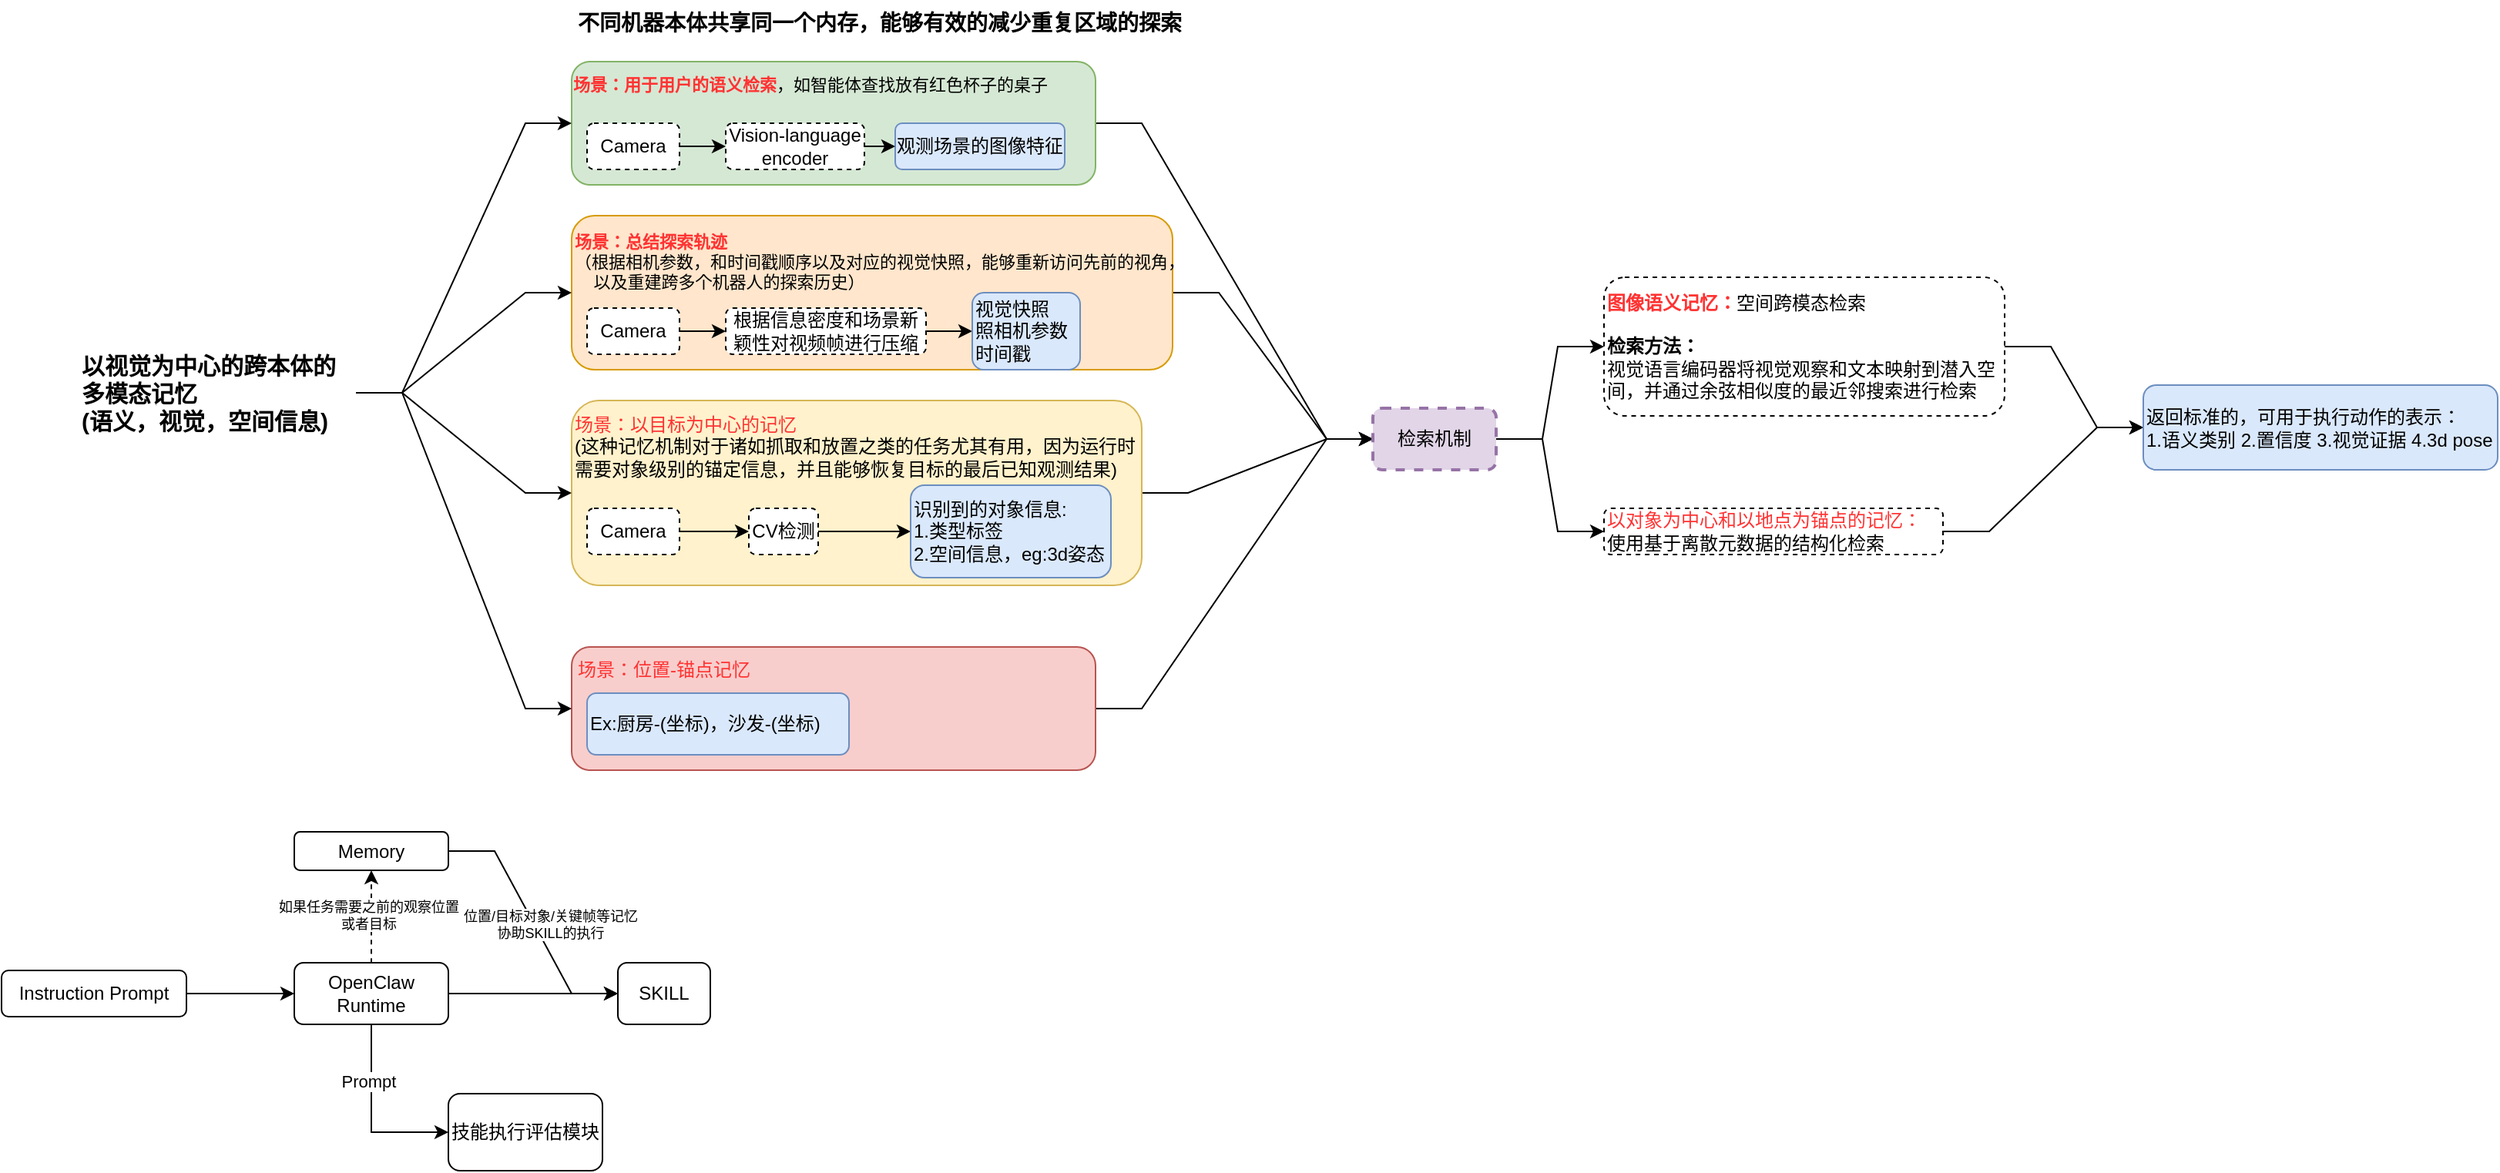
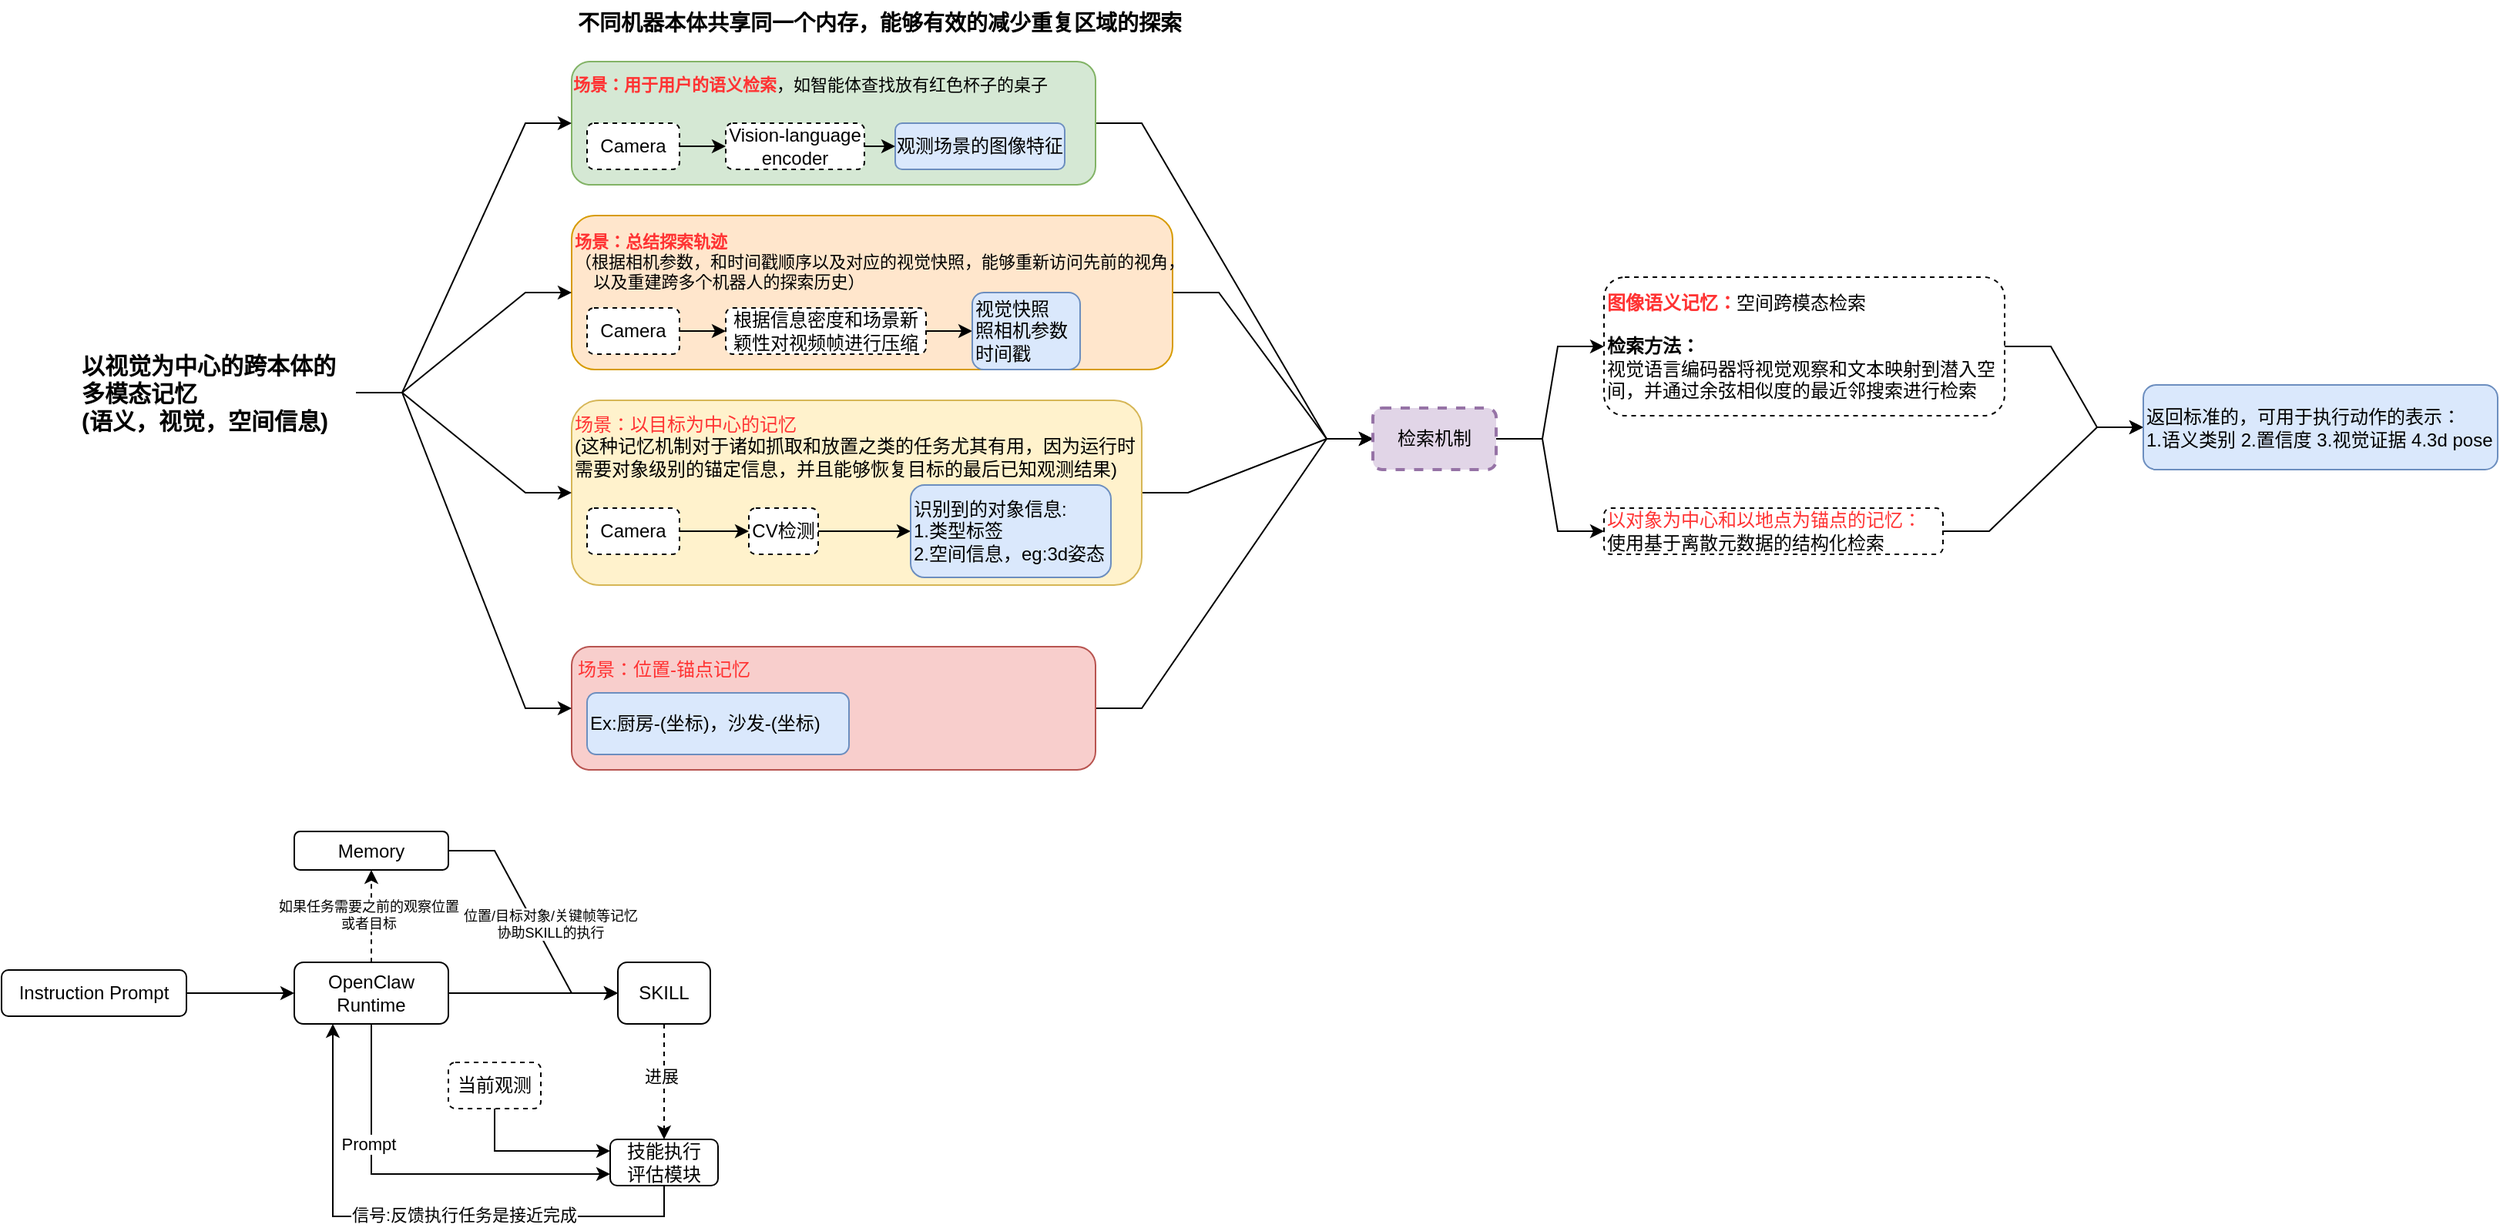
<mxfile host="app.diagrams.net">
  <diagram name="ABot-Claw" id="ri1UiOSOw__C7K71Jf-3">
-     <mxGraphModel dx="725" dy="393" grid="1" gridSize="10" guides="1" tooltips="1" connect="1" arrows="1" fold="1" page="1" pageScale="1" pageWidth="3300" pageHeight="2339" math="0" shadow="0">
+     <mxGraphModel dx="566" dy="306" grid="1" gridSize="10" guides="1" tooltips="1" connect="1" arrows="1" fold="1" page="1" pageScale="1" pageWidth="3300" pageHeight="2339" math="0" shadow="0">
      <root>
        <mxCell id="0" />
        <mxCell id="1" parent="0" />
        <mxCell id="8uAygAgR7DF40HWwl34I-37" edge="1" parent="1" source="8uAygAgR7DF40HWwl34I-28" style="edgeStyle=entityRelationEdgeStyle;rounded=0;orthogonalLoop=1;jettySize=auto;html=1;exitX=1;exitY=0.5;exitDx=0;exitDy=0;" target="8uAygAgR7DF40HWwl34I-33">
          <mxGeometry relative="1" as="geometry" />
        </mxCell>
        <mxCell id="8uAygAgR7DF40HWwl34I-28" parent="1" style="rounded=1;whiteSpace=wrap;html=1;fillColor=#f8cecc;strokeColor=#b85450;" value="" vertex="1">
          <mxGeometry height="80" width="340" x="480" y="470" as="geometry" />
        </mxCell>
        <mxCell id="8uAygAgR7DF40HWwl34I-36" edge="1" parent="1" source="8uAygAgR7DF40HWwl34I-24" style="edgeStyle=entityRelationEdgeStyle;rounded=0;orthogonalLoop=1;jettySize=auto;html=1;exitX=1;exitY=0.5;exitDx=0;exitDy=0;entryX=0;entryY=0.5;entryDx=0;entryDy=0;" target="8uAygAgR7DF40HWwl34I-33">
          <mxGeometry relative="1" as="geometry">
            <mxPoint x="1020" y="320" as="targetPoint" />
          </mxGeometry>
        </mxCell>
        <mxCell id="8uAygAgR7DF40HWwl34I-24" parent="1" style="rounded=1;whiteSpace=wrap;html=1;fillColor=#fff2cc;strokeColor=#d6b656;" value="" vertex="1">
          <mxGeometry height="120" width="370" x="480" y="310" as="geometry" />
        </mxCell>
        <mxCell id="8uAygAgR7DF40HWwl34I-35" edge="1" parent="1" source="8uAygAgR7DF40HWwl34I-17" style="edgeStyle=entityRelationEdgeStyle;rounded=0;orthogonalLoop=1;jettySize=auto;html=1;exitX=1;exitY=0.5;exitDx=0;exitDy=0;entryX=0;entryY=0.5;entryDx=0;entryDy=0;" target="8uAygAgR7DF40HWwl34I-33">
          <mxGeometry relative="1" as="geometry" />
        </mxCell>
        <mxCell id="8uAygAgR7DF40HWwl34I-17" parent="1" style="rounded=1;whiteSpace=wrap;html=1;fillColor=#ffe6cc;strokeColor=#d79b00;" value="" vertex="1">
          <mxGeometry height="100" width="390" x="480" y="190" as="geometry" />
        </mxCell>
        <mxCell id="8uAygAgR7DF40HWwl34I-34" edge="1" parent="1" source="8uAygAgR7DF40HWwl34I-16" style="edgeStyle=entityRelationEdgeStyle;rounded=0;orthogonalLoop=1;jettySize=auto;html=1;exitX=1;exitY=0.5;exitDx=0;exitDy=0;entryX=0;entryY=0.5;entryDx=0;entryDy=0;" target="8uAygAgR7DF40HWwl34I-33">
          <mxGeometry relative="1" as="geometry" />
        </mxCell>
        <mxCell id="8uAygAgR7DF40HWwl34I-16" parent="1" style="rounded=1;whiteSpace=wrap;html=1;fillColor=#d5e8d4;strokeColor=#82b366;" value="" vertex="1">
          <mxGeometry height="80" width="340" x="480" y="90" as="geometry" />
        </mxCell>
        <mxCell id="8uAygAgR7DF40HWwl34I-29" edge="1" parent="1" source="8uAygAgR7DF40HWwl34I-1" style="edgeStyle=entityRelationEdgeStyle;rounded=0;orthogonalLoop=1;jettySize=auto;html=1;exitX=1;exitY=0.5;exitDx=0;exitDy=0;entryX=0;entryY=0.5;entryDx=0;entryDy=0;" target="8uAygAgR7DF40HWwl34I-16">
          <mxGeometry relative="1" as="geometry" />
        </mxCell>
        <mxCell id="8uAygAgR7DF40HWwl34I-30" edge="1" parent="1" source="8uAygAgR7DF40HWwl34I-1" style="edgeStyle=entityRelationEdgeStyle;rounded=0;orthogonalLoop=1;jettySize=auto;html=1;exitX=1;exitY=0.5;exitDx=0;exitDy=0;entryX=0;entryY=0.5;entryDx=0;entryDy=0;" target="8uAygAgR7DF40HWwl34I-28">
          <mxGeometry relative="1" as="geometry" />
        </mxCell>
        <mxCell id="8uAygAgR7DF40HWwl34I-31" edge="1" parent="1" source="8uAygAgR7DF40HWwl34I-1" style="edgeStyle=entityRelationEdgeStyle;rounded=0;orthogonalLoop=1;jettySize=auto;html=1;exitX=1;exitY=0.5;exitDx=0;exitDy=0;entryX=0;entryY=0.5;entryDx=0;entryDy=0;" target="8uAygAgR7DF40HWwl34I-17">
          <mxGeometry relative="1" as="geometry" />
        </mxCell>
        <mxCell id="8uAygAgR7DF40HWwl34I-32" edge="1" parent="1" source="8uAygAgR7DF40HWwl34I-1" style="edgeStyle=entityRelationEdgeStyle;rounded=0;orthogonalLoop=1;jettySize=auto;html=1;exitX=1;exitY=0.5;exitDx=0;exitDy=0;entryX=0;entryY=0.5;entryDx=0;entryDy=0;" target="8uAygAgR7DF40HWwl34I-24">
          <mxGeometry relative="1" as="geometry" />
        </mxCell>
        <mxCell id="8uAygAgR7DF40HWwl34I-1" parent="1" style="text;html=1;whiteSpace=wrap;strokeColor=none;fillColor=none;align=left;verticalAlign=middle;rounded=0;fontStyle=1;fontSize=15;" value="以视觉为中心的跨本体的多模态记忆&lt;br&gt;(语义，视觉，空间信息)" vertex="1">
          <mxGeometry height="30" width="180" x="160" y="290" as="geometry" />
        </mxCell>
        <mxCell id="8uAygAgR7DF40HWwl34I-2" parent="1" style="rounded=1;whiteSpace=wrap;html=1;fillColor=#dae8fc;strokeColor=#6c8ebf;" value="观测场景的图像特征" vertex="1">
          <mxGeometry height="30" width="110" x="690" y="130" as="geometry" />
        </mxCell>
        <mxCell id="8uAygAgR7DF40HWwl34I-5" edge="1" parent="1" source="8uAygAgR7DF40HWwl34I-3" style="edgeStyle=orthogonalEdgeStyle;rounded=0;orthogonalLoop=1;jettySize=auto;html=1;exitX=1;exitY=0.5;exitDx=0;exitDy=0;entryX=0;entryY=0.5;entryDx=0;entryDy=0;" target="8uAygAgR7DF40HWwl34I-2">
          <mxGeometry relative="1" as="geometry" />
        </mxCell>
        <mxCell id="8uAygAgR7DF40HWwl34I-3" parent="1" style="rounded=1;whiteSpace=wrap;html=1;dashed=1;" value="Vision-language encoder" vertex="1">
          <mxGeometry height="30" width="90" x="580" y="130" as="geometry" />
        </mxCell>
        <mxCell id="8uAygAgR7DF40HWwl34I-6" edge="1" parent="1" source="8uAygAgR7DF40HWwl34I-4" style="edgeStyle=orthogonalEdgeStyle;rounded=0;orthogonalLoop=1;jettySize=auto;html=1;exitX=1;exitY=0.5;exitDx=0;exitDy=0;entryX=0;entryY=0.5;entryDx=0;entryDy=0;" target="8uAygAgR7DF40HWwl34I-3">
          <mxGeometry relative="1" as="geometry" />
        </mxCell>
        <mxCell id="8uAygAgR7DF40HWwl34I-4" parent="1" style="rounded=1;whiteSpace=wrap;html=1;dashed=1;" value="Camera" vertex="1">
          <mxGeometry height="30" width="60" x="490" y="130" as="geometry" />
        </mxCell>
        <mxCell id="8uAygAgR7DF40HWwl34I-7" parent="1" style="text;html=1;whiteSpace=wrap;strokeColor=none;fillColor=none;align=center;verticalAlign=middle;rounded=0;fontSize=11;" value="&lt;b&gt;&lt;font style=&quot;color: rgb(255, 51, 51);&quot;&gt;场景：用于用户的语义检索&lt;/font&gt;&lt;/b&gt;，如智能体查找放有红色杯子的桌子" vertex="1">
          <mxGeometry height="30" width="310" x="480" y="90" as="geometry" />
        </mxCell>
        <mxCell id="8uAygAgR7DF40HWwl34I-10" edge="1" parent="1" source="8uAygAgR7DF40HWwl34I-8" style="edgeStyle=orthogonalEdgeStyle;rounded=0;orthogonalLoop=1;jettySize=auto;html=1;" target="8uAygAgR7DF40HWwl34I-9" value="">
          <mxGeometry relative="1" as="geometry" />
        </mxCell>
        <mxCell id="8uAygAgR7DF40HWwl34I-8" parent="1" style="rounded=1;whiteSpace=wrap;html=1;dashed=1;" value="Camera" vertex="1">
          <mxGeometry height="30" width="60" x="490" y="250" as="geometry" />
        </mxCell>
        <mxCell id="8uAygAgR7DF40HWwl34I-14" edge="1" parent="1" source="8uAygAgR7DF40HWwl34I-9" style="edgeStyle=orthogonalEdgeStyle;rounded=0;orthogonalLoop=1;jettySize=auto;html=1;exitX=1;exitY=0.5;exitDx=0;exitDy=0;entryX=0;entryY=0.5;entryDx=0;entryDy=0;" target="8uAygAgR7DF40HWwl34I-13">
          <mxGeometry relative="1" as="geometry" />
        </mxCell>
        <mxCell id="8uAygAgR7DF40HWwl34I-9" parent="1" style="rounded=1;whiteSpace=wrap;html=1;dashed=1;" value="根据信息密度和场景新颖性对视频帧进行压缩" vertex="1">
          <mxGeometry height="30" width="130" x="580" y="250" as="geometry" />
        </mxCell>
        <mxCell id="8uAygAgR7DF40HWwl34I-11" parent="1" style="text;html=1;whiteSpace=wrap;strokeColor=none;fillColor=none;align=left;verticalAlign=middle;rounded=0;fontSize=11;" value="&lt;b&gt;&lt;font style=&quot;color: rgb(255, 51, 51);&quot;&gt;场景：总结探索轨迹&lt;/font&gt;&lt;/b&gt;&lt;br&gt;（根据相机参数，和时间戳顺序以及对应的视觉快照，能够重新访问先前的视角，&lt;br&gt;&amp;nbsp; &amp;nbsp; 以及重建跨多个机器人的探索历史）" vertex="1">
          <mxGeometry height="40" width="420" x="480" y="200" as="geometry" />
        </mxCell>
        <mxCell id="8uAygAgR7DF40HWwl34I-13" parent="1" style="rounded=1;whiteSpace=wrap;html=1;fillColor=#dae8fc;strokeColor=#6c8ebf;align=left;" value="视觉快照&lt;br&gt;&lt;span style=&quot;&quot;&gt;照相机参数&lt;/span&gt;&lt;div style=&quot;&quot;&gt;时间戳&lt;/div&gt;" vertex="1">
          <mxGeometry height="50" width="70" x="740" y="240" as="geometry" />
        </mxCell>
        <mxCell id="8uAygAgR7DF40HWwl34I-25" edge="1" parent="1" source="8uAygAgR7DF40HWwl34I-19" style="edgeStyle=orthogonalEdgeStyle;rounded=0;orthogonalLoop=1;jettySize=auto;html=1;exitX=1;exitY=0.5;exitDx=0;exitDy=0;entryX=0;entryY=0.5;entryDx=0;entryDy=0;" target="8uAygAgR7DF40HWwl34I-20">
          <mxGeometry relative="1" as="geometry" />
        </mxCell>
        <mxCell id="8uAygAgR7DF40HWwl34I-19" parent="1" style="rounded=1;whiteSpace=wrap;html=1;dashed=1;" value="Camera" vertex="1">
          <mxGeometry height="30" width="60" x="490" y="380" as="geometry" />
        </mxCell>
        <mxCell id="8uAygAgR7DF40HWwl34I-22" edge="1" parent="1" source="8uAygAgR7DF40HWwl34I-20" style="edgeStyle=orthogonalEdgeStyle;rounded=0;orthogonalLoop=1;jettySize=auto;html=1;" target="8uAygAgR7DF40HWwl34I-21" value="">
          <mxGeometry relative="1" as="geometry" />
        </mxCell>
        <mxCell id="8uAygAgR7DF40HWwl34I-20" parent="1" style="rounded=1;whiteSpace=wrap;html=1;dashed=1;" value="CV检测" vertex="1">
          <mxGeometry height="30" width="45" x="595" y="380" as="geometry" />
        </mxCell>
        <mxCell id="8uAygAgR7DF40HWwl34I-21" parent="1" style="rounded=1;whiteSpace=wrap;html=1;align=left;fillColor=#dae8fc;strokeColor=#6c8ebf;" value="识别到的对象信息:&lt;div&gt;1.类型标签&lt;br&gt;2.空间信息，eg:3d姿态&lt;/div&gt;" vertex="1">
          <mxGeometry height="60" width="130" x="700" y="365" as="geometry" />
        </mxCell>
        <mxCell id="8uAygAgR7DF40HWwl34I-23" parent="1" style="text;html=1;whiteSpace=wrap;strokeColor=none;fillColor=none;align=left;verticalAlign=middle;rounded=0;" value="&lt;font style=&quot;color: rgb(255, 51, 51);&quot;&gt;场景：以目标为中心的记忆&lt;/font&gt;&lt;br&gt;(这种记忆机制对于诸如抓取和放置之类的任务尤其有用，因为运行时需要对象级别的锚定信息，并且能够恢复目标的最后已知观测结果)" vertex="1">
          <mxGeometry height="50" width="370" x="480" y="315" as="geometry" />
        </mxCell>
        <mxCell id="8uAygAgR7DF40HWwl34I-26" parent="1" style="rounded=1;whiteSpace=wrap;html=1;align=left;fillColor=#dae8fc;strokeColor=#6c8ebf;" value="Ex:厨房-(坐标)，沙发-(坐标)" vertex="1">
          <mxGeometry height="40" width="170" x="490" y="500" as="geometry" />
        </mxCell>
        <mxCell id="8uAygAgR7DF40HWwl34I-27" parent="1" style="text;html=1;whiteSpace=wrap;strokeColor=none;fillColor=none;align=center;verticalAlign=middle;rounded=0;fontColor=#FF3333;" value="场景：&lt;span style=&quot;text-align: left;&quot;&gt;位置-锚点记忆&lt;/span&gt;" vertex="1">
          <mxGeometry height="30" width="120" x="480" y="470" as="geometry" />
        </mxCell>
        <mxCell id="8uAygAgR7DF40HWwl34I-42" edge="1" parent="1" source="8uAygAgR7DF40HWwl34I-33" style="edgeStyle=entityRelationEdgeStyle;rounded=0;orthogonalLoop=1;jettySize=auto;html=1;exitX=1;exitY=0.5;exitDx=0;exitDy=0;" target="8uAygAgR7DF40HWwl34I-40">
          <mxGeometry relative="1" as="geometry" />
        </mxCell>
        <mxCell id="8uAygAgR7DF40HWwl34I-43" edge="1" parent="1" source="8uAygAgR7DF40HWwl34I-33" style="edgeStyle=entityRelationEdgeStyle;rounded=0;orthogonalLoop=1;jettySize=auto;html=1;exitX=1;exitY=0.5;exitDx=0;exitDy=0;entryX=0;entryY=0.5;entryDx=0;entryDy=0;" target="8uAygAgR7DF40HWwl34I-41">
          <mxGeometry relative="1" as="geometry" />
        </mxCell>
        <mxCell id="8uAygAgR7DF40HWwl34I-33" parent="1" style="rounded=1;whiteSpace=wrap;html=1;fillColor=#e1d5e7;strokeColor=#9673a6;dashed=1;strokeWidth=2;" value="检索机制" vertex="1">
          <mxGeometry height="40" width="80" x="1000" y="315" as="geometry" />
        </mxCell>
        <mxCell id="8uAygAgR7DF40HWwl34I-45" edge="1" parent="1" source="8uAygAgR7DF40HWwl34I-40" style="edgeStyle=entityRelationEdgeStyle;rounded=0;orthogonalLoop=1;jettySize=auto;html=1;exitX=1;exitY=0.5;exitDx=0;exitDy=0;entryX=0;entryY=0.5;entryDx=0;entryDy=0;" target="8uAygAgR7DF40HWwl34I-44">
          <mxGeometry relative="1" as="geometry" />
        </mxCell>
        <mxCell id="8uAygAgR7DF40HWwl34I-40" parent="1" style="text;html=1;whiteSpace=wrap;strokeColor=default;fillColor=none;align=left;verticalAlign=middle;rounded=1;dashed=1;" value="&lt;b&gt;&lt;font style=&quot;color: rgb(255, 51, 51);&quot;&gt;图像语义记忆：&lt;/font&gt;&lt;/b&gt;空间跨模态检索&lt;br&gt;&lt;br&gt;&lt;b&gt;&lt;font style=&quot;color: rgb(0, 0, 0);&quot;&gt;检索方法：&lt;/font&gt;&lt;/b&gt;&lt;br&gt;视觉语言编码器将视觉观察和文本映射到潜入空间，并通过余弦相似度的最近邻搜索进行检索" vertex="1">
          <mxGeometry height="90" width="260" x="1150" y="230" as="geometry" />
        </mxCell>
        <mxCell id="8uAygAgR7DF40HWwl34I-46" edge="1" parent="1" source="8uAygAgR7DF40HWwl34I-41" style="edgeStyle=entityRelationEdgeStyle;rounded=0;orthogonalLoop=1;jettySize=auto;html=1;exitX=1;exitY=0.5;exitDx=0;exitDy=0;entryX=0;entryY=0.5;entryDx=0;entryDy=0;" target="8uAygAgR7DF40HWwl34I-44">
          <mxGeometry relative="1" as="geometry" />
        </mxCell>
        <mxCell id="8uAygAgR7DF40HWwl34I-41" parent="1" style="text;html=1;whiteSpace=wrap;strokeColor=default;fillColor=none;align=left;verticalAlign=middle;rounded=1;dashed=1;" value="&lt;font style=&quot;color: rgb(255, 51, 51);&quot;&gt;以对象为中心和以地点为锚点的记忆：&lt;/font&gt;&lt;br&gt;使用基于离散元数据的结构化检索" vertex="1">
          <mxGeometry height="30" width="220" x="1150" y="380" as="geometry" />
        </mxCell>
        <mxCell id="8uAygAgR7DF40HWwl34I-44" parent="1" style="rounded=1;whiteSpace=wrap;html=1;align=left;fillColor=#dae8fc;strokeColor=#6c8ebf;" value="返回标准的，可用于执行动作的表示：&lt;br&gt;1.语义类别 2.置信度 3.视觉证据 4.3d pose" vertex="1">
          <mxGeometry height="55" width="230" x="1500" y="300" as="geometry" />
        </mxCell>
        <mxCell id="8uAygAgR7DF40HWwl34I-47" parent="1" style="text;html=1;whiteSpace=wrap;strokeColor=none;fillColor=none;align=center;verticalAlign=middle;rounded=0;fontStyle=1;fontSize=14;" value="不同机器本体共享同一个内存，能够有效的减少重复区域的探索" vertex="1">
          <mxGeometry height="30" width="400" x="480" y="50" as="geometry" />
        </mxCell>
        <mxCell id="8uAygAgR7DF40HWwl34I-50" edge="1" parent="1" source="8uAygAgR7DF40HWwl34I-48" style="edgeStyle=entityRelationEdgeStyle;rounded=0;orthogonalLoop=1;jettySize=auto;html=1;" target="8uAygAgR7DF40HWwl34I-49" value="">
          <mxGeometry relative="1" as="geometry" />
        </mxCell>
        <mxCell id="8uAygAgR7DF40HWwl34I-48" parent="1" style="rounded=1;whiteSpace=wrap;html=1;" value="Instruction Prompt" vertex="1">
          <mxGeometry height="30" width="120" x="110" y="680" as="geometry" />
        </mxCell>
        <mxCell id="8uAygAgR7DF40HWwl34I-52" edge="1" parent="1" source="8uAygAgR7DF40HWwl34I-49" style="edgeStyle=entityRelationEdgeStyle;rounded=0;orthogonalLoop=1;jettySize=auto;html=1;" target="8uAygAgR7DF40HWwl34I-51" value="">
          <mxGeometry relative="1" as="geometry" />
        </mxCell>
        <mxCell id="8uAygAgR7DF40HWwl34I-62" edge="1" parent="1" source="8uAygAgR7DF40HWwl34I-49" style="rounded=0;orthogonalLoop=1;jettySize=auto;html=1;exitX=0.5;exitY=0;exitDx=0;exitDy=0;entryX=0.5;entryY=1;entryDx=0;entryDy=0;dashed=1;edgeStyle=orthogonalEdgeStyle;curved=1;" target="8uAygAgR7DF40HWwl34I-53">
          <mxGeometry relative="1" as="geometry">
            <mxPoint x="355" y="640" as="targetPoint" />
          </mxGeometry>
        </mxCell>
        <mxCell id="8uAygAgR7DF40HWwl34I-63" connectable="0" parent="8uAygAgR7DF40HWwl34I-62" style="edgeLabel;html=1;align=center;verticalAlign=middle;resizable=0;points=[];fontSize=9;" value="如果任务需要之前的观察位置&lt;br&gt;或者目标" vertex="1">
          <mxGeometry relative="1" x="0.053" y="2" as="geometry">
            <mxPoint as="offset" />
          </mxGeometry>
        </mxCell>
-         <mxCell id="8uAygAgR7DF40HWwl34I-67" edge="1" parent="1" source="8uAygAgR7DF40HWwl34I-49" style="edgeStyle=orthogonalEdgeStyle;rounded=0;orthogonalLoop=1;jettySize=auto;html=1;exitX=0.5;exitY=1;exitDx=0;exitDy=0;entryX=0;entryY=0.5;entryDx=0;entryDy=0;" target="8uAygAgR7DF40HWwl34I-66">
+         <mxCell id="8uAygAgR7DF40HWwl34I-67" edge="1" parent="1" source="8uAygAgR7DF40HWwl34I-49" style="edgeStyle=orthogonalEdgeStyle;rounded=0;orthogonalLoop=1;jettySize=auto;html=1;exitX=0.5;exitY=1;exitDx=0;exitDy=0;entryX=0;entryY=0.75;entryDx=0;entryDy=0;" target="8uAygAgR7DF40HWwl34I-66">
          <mxGeometry relative="1" as="geometry">
            <mxPoint x="360" y="760" as="targetPoint" />
          </mxGeometry>
        </mxCell>
        <mxCell id="8uAygAgR7DF40HWwl34I-68" connectable="0" parent="8uAygAgR7DF40HWwl34I-67" style="edgeLabel;html=1;align=center;verticalAlign=middle;resizable=0;points=[];" value="Prompt" vertex="1">
          <mxGeometry relative="1" x="-0.3811" y="-2" as="geometry">
            <mxPoint as="offset" />
          </mxGeometry>
        </mxCell>
        <mxCell id="8uAygAgR7DF40HWwl34I-49" parent="1" style="rounded=1;whiteSpace=wrap;html=1;" value="OpenClaw&lt;br&gt;Runtime" vertex="1">
          <mxGeometry height="40" width="100" x="300" y="675" as="geometry" />
+         </mxCell>
+         <mxCell id="8uAygAgR7DF40HWwl34I-69" edge="1" parent="1" source="8uAygAgR7DF40HWwl34I-51" style="rounded=0;orthogonalLoop=1;jettySize=auto;html=1;exitX=0.5;exitY=1;exitDx=0;exitDy=0;entryX=0.5;entryY=0;entryDx=0;entryDy=0;startArrow=none;startFill=0;dashed=1;" target="8uAygAgR7DF40HWwl34I-66">
+           <mxGeometry relative="1" as="geometry" />
+         </mxCell>
+         <mxCell id="8uAygAgR7DF40HWwl34I-70" connectable="0" parent="8uAygAgR7DF40HWwl34I-69" style="edgeLabel;html=1;align=center;verticalAlign=middle;resizable=0;points=[];" value="进展" vertex="1">
+           <mxGeometry relative="1" x="-0.1056" y="-2" as="geometry">
+             <mxPoint as="offset" />
+           </mxGeometry>
        </mxCell>
        <mxCell id="8uAygAgR7DF40HWwl34I-51" parent="1" style="rounded=1;whiteSpace=wrap;html=1;" value="SKILL" vertex="1">
          <mxGeometry height="40" width="60" x="510" y="675" as="geometry" />
        </mxCell>
        <mxCell id="8uAygAgR7DF40HWwl34I-64" edge="1" parent="1" source="8uAygAgR7DF40HWwl34I-53" style="edgeStyle=entityRelationEdgeStyle;rounded=0;orthogonalLoop=1;jettySize=auto;html=1;exitX=1;exitY=0.5;exitDx=0;exitDy=0;entryX=0;entryY=0.5;entryDx=0;entryDy=0;" target="8uAygAgR7DF40HWwl34I-51">
          <mxGeometry relative="1" as="geometry" />
        </mxCell>
        <mxCell id="8uAygAgR7DF40HWwl34I-65" connectable="0" parent="8uAygAgR7DF40HWwl34I-64" style="edgeLabel;html=1;align=center;verticalAlign=middle;resizable=0;points=[];fontSize=9;" value="位置/目标对象/关键帧等记忆&lt;br&gt;协助SKILL的执行" vertex="1">
          <mxGeometry relative="1" x="-0.1048" as="geometry">
            <mxPoint x="15" y="9" as="offset" />
          </mxGeometry>
        </mxCell>
        <mxCell id="8uAygAgR7DF40HWwl34I-53" parent="1" style="rounded=1;whiteSpace=wrap;html=1;" value="Memory" vertex="1">
          <mxGeometry height="25" width="100" x="300" y="590" as="geometry" />
        </mxCell>
-         <mxCell id="8uAygAgR7DF40HWwl34I-66" parent="1" style="rounded=1;whiteSpace=wrap;html=1;" value="技能执行评估模块" vertex="1">
-           <mxGeometry height="50" width="100" x="400" y="760" as="geometry" />
+         <mxCell id="8uAygAgR7DF40HWwl34I-74" edge="1" parent="1" source="8uAygAgR7DF40HWwl34I-66" style="edgeStyle=orthogonalEdgeStyle;rounded=0;orthogonalLoop=1;jettySize=auto;html=1;exitX=0.5;exitY=1;exitDx=0;exitDy=0;entryX=0.25;entryY=1;entryDx=0;entryDy=0;" target="8uAygAgR7DF40HWwl34I-49">
+           <mxGeometry relative="1" as="geometry" />
+         </mxCell>
+         <mxCell id="8uAygAgR7DF40HWwl34I-75" connectable="0" parent="8uAygAgR7DF40HWwl34I-74" style="edgeLabel;html=1;align=center;verticalAlign=middle;resizable=0;points=[];" value="信号:反馈执行任务是接近完成" vertex="1">
+           <mxGeometry relative="1" x="-0.1644" y="-1" as="geometry">
+             <mxPoint as="offset" />
+           </mxGeometry>
+         </mxCell>
+         <mxCell id="8uAygAgR7DF40HWwl34I-66" parent="1" style="rounded=1;whiteSpace=wrap;html=1;" value="技能执行&lt;br&gt;评估模块" vertex="1">
+           <mxGeometry height="30" width="70" x="505" y="790" as="geometry" />
+         </mxCell>
+         <mxCell id="8uAygAgR7DF40HWwl34I-73" edge="1" parent="1" source="8uAygAgR7DF40HWwl34I-71" style="edgeStyle=orthogonalEdgeStyle;rounded=0;orthogonalLoop=1;jettySize=auto;html=1;exitX=0.5;exitY=1;exitDx=0;exitDy=0;entryX=0;entryY=0.25;entryDx=0;entryDy=0;" target="8uAygAgR7DF40HWwl34I-66">
+           <mxGeometry relative="1" as="geometry" />
+         </mxCell>
+         <mxCell id="8uAygAgR7DF40HWwl34I-71" parent="1" style="rounded=1;whiteSpace=wrap;html=1;dashed=1;" value="当前观测" vertex="1">
+           <mxGeometry height="30" width="60" x="400" y="740" as="geometry" />
        </mxCell>
      </root>
    </mxGraphModel>
  </diagram>
</mxfile>
